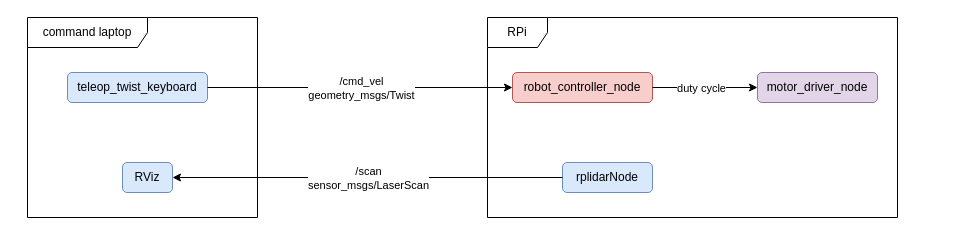
Before: Documents/ros_diagram.drawio in yueyuu/WOS-ROS-Skeleton-Code, a draw.io diagram. Source tidied: cells renumbered, new cells numbered last; positions are measured from the earlier drawing's top-left corner, leaving out a move shared by most shapes. Both pictures are drawn from the tidied source at 100%, with x=0, y=0 at pixel (27, 17).
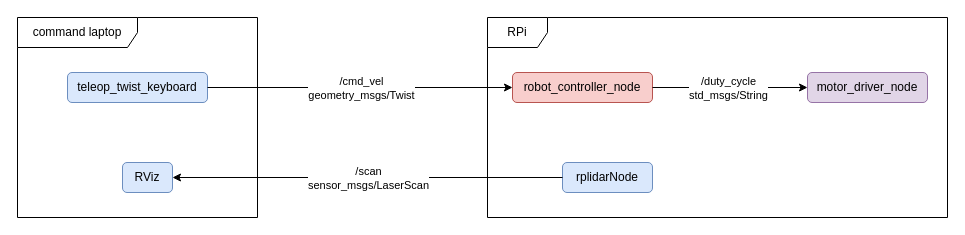
Above is the later version.

The edit, as a diff of the source:
```diff
@@
 <mxGraphModel>
   <root>
     <mxCell id="0" />
     <mxCell id="1" parent="0" />
     <mxCell id="2" value="teleop_twist_keyboard" style="rounded=1;whiteSpace=wrap;html=1;fillColor=#dae8fc;strokeColor=#6c8ebf;" parent="1" vertex="1">
       <mxGeometry x="40" y="55" width="140" height="30" as="geometry" />
     </mxCell>
     <mxCell id="3" value="robot_controller_node" style="rounded=1;whiteSpace=wrap;html=1;fillColor=#f8cecc;strokeColor=#b85450;" parent="1" vertex="1">
       <mxGeometry x="485" y="55" width="140" height="30" as="geometry" />
     </mxCell>
     <mxCell id="4" style="endArrow=classic;html=1;rounded=0;exitX=1;exitY=0.5;exitDx=0;exitDy=0;entryX=0;entryY=0.5;entryDx=0;entryDy=0;" parent="1" edge="1" source="2" target="3">
       <mxGeometry relative="1" as="geometry" />
     </mxCell>
     <mxCell id="5" value="/cmd_vel&lt;br&gt;geometry_msgs/Twist" style="edgeLabel;html=1;align=center;verticalAlign=middle;" parent="4" vertex="1">
       <mxGeometry relative="1" as="geometry" />
     </mxCell>
     <mxCell id="6" style="endArrow=classic;html=1;rounded=0;exitX=1;exitY=0.5;exitDx=0;exitDy=0;" parent="1" edge="1" source="3" target="8">
       <mxGeometry relative="1" as="geometry" />
     </mxCell>
-    <mxCell id="7" value="duty cycle" style="edgeLabel;html=1;align=center;verticalAlign=middle;" parent="6" vertex="1">
+    <mxCell id="7" value="&lt;div&gt;/duty_cycle&lt;/div&gt;&lt;div&gt;std_msgs/String&lt;br&gt;&lt;/div&gt;" style="edgeLabel;html=1;align=center;verticalAlign=middle;" parent="6" vertex="1">
       <mxGeometry relative="1" as="geometry">
-        <mxPoint x="-5" as="offset" />
+        <mxPoint x="-3" as="offset" />
       </mxGeometry>
     </mxCell>
     <mxCell id="8" value="motor_driver_node" style="rounded=1;whiteSpace=wrap;html=1;fillColor=#e1d5e7;strokeColor=#9673a6;" parent="1" vertex="1">
-      <mxGeometry x="730" y="55" width="120" height="30" as="geometry" />
+      <mxGeometry x="780" y="55" width="120" height="30" as="geometry" />
     </mxCell>
     <mxCell id="9" value="rplidarNode" style="rounded=1;whiteSpace=wrap;html=1;fillColor=#dae8fc;strokeColor=#6c8ebf;" parent="1" vertex="1">
       <mxGeometry x="535" y="145" width="90" height="30" as="geometry" />
     </mxCell>
     <mxCell id="10" value="RViz" style="rounded=1;whiteSpace=wrap;html=1;fillColor=#dae8fc;strokeColor=#6c8ebf;" parent="1" vertex="1">
       <mxGeometry x="95" y="145" width="50" height="30" as="geometry" />
     </mxCell>
     <mxCell id="11" style="endArrow=classic;html=1;rounded=0;exitX=0;exitY=0.5;exitDx=0;exitDy=0;entryX=1;entryY=0.5;entryDx=0;entryDy=0;" parent="1" edge="1" source="9" target="10">
       <mxGeometry relative="1" as="geometry" />
     </mxCell>
     <mxCell id="12" value="/scan&lt;br&gt;sensor_msgs/LaserScan" style="edgeLabel;html=1;align=center;verticalAlign=middle;" parent="11" vertex="1">
       <mxGeometry relative="1" as="geometry" />
     </mxCell>
     <mxCell id="13" value="command laptop" style="shape=umlFrame;whiteSpace=wrap;html=1;width=120;height=30;" parent="1" vertex="1">
-      <mxGeometry width="230" height="200" as="geometry" />
+      <mxGeometry x="-10" width="240" height="200" as="geometry" />
     </mxCell>
     <mxCell id="14" value="RPi" style="shape=umlFrame;whiteSpace=wrap;html=1;" parent="1" vertex="1">
-      <mxGeometry x="460" width="410" height="200" as="geometry" />
+      <mxGeometry x="460" width="460" height="200" as="geometry" />
     </mxCell>
   </root>
 </mxGraphModel>
```
